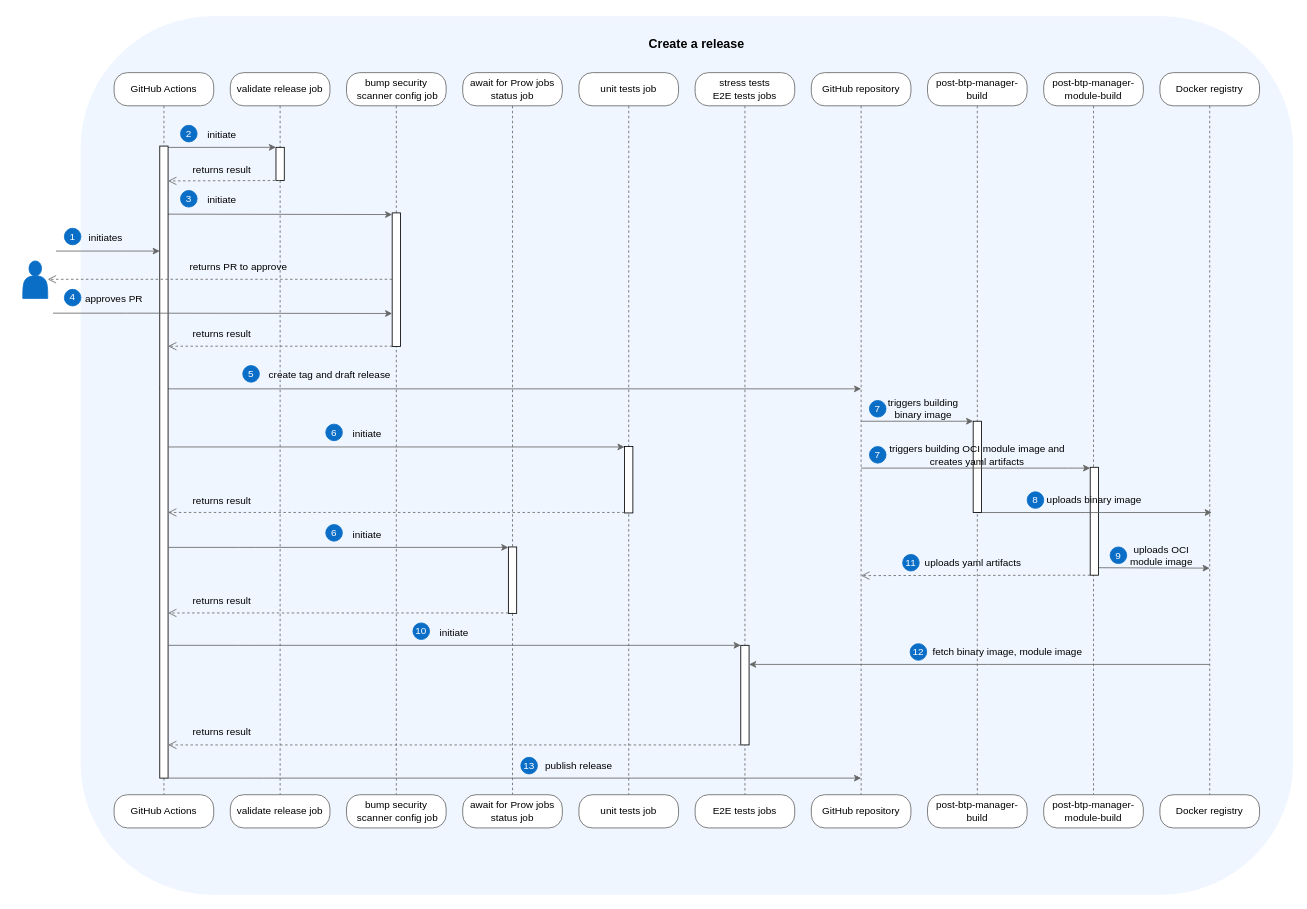
Above: docs/assets/release.drawio in kyma-project/btp-manager (draw.io), before the change. Source tidied: cells renumbered, new cells numbered last; positions are measured from the earlier drawing's top-left corner, leaving out a move shared by most shapes. Both pictures are drawn from the tidied source at 83%, with x=0, y=0 at pixel (22, 16).
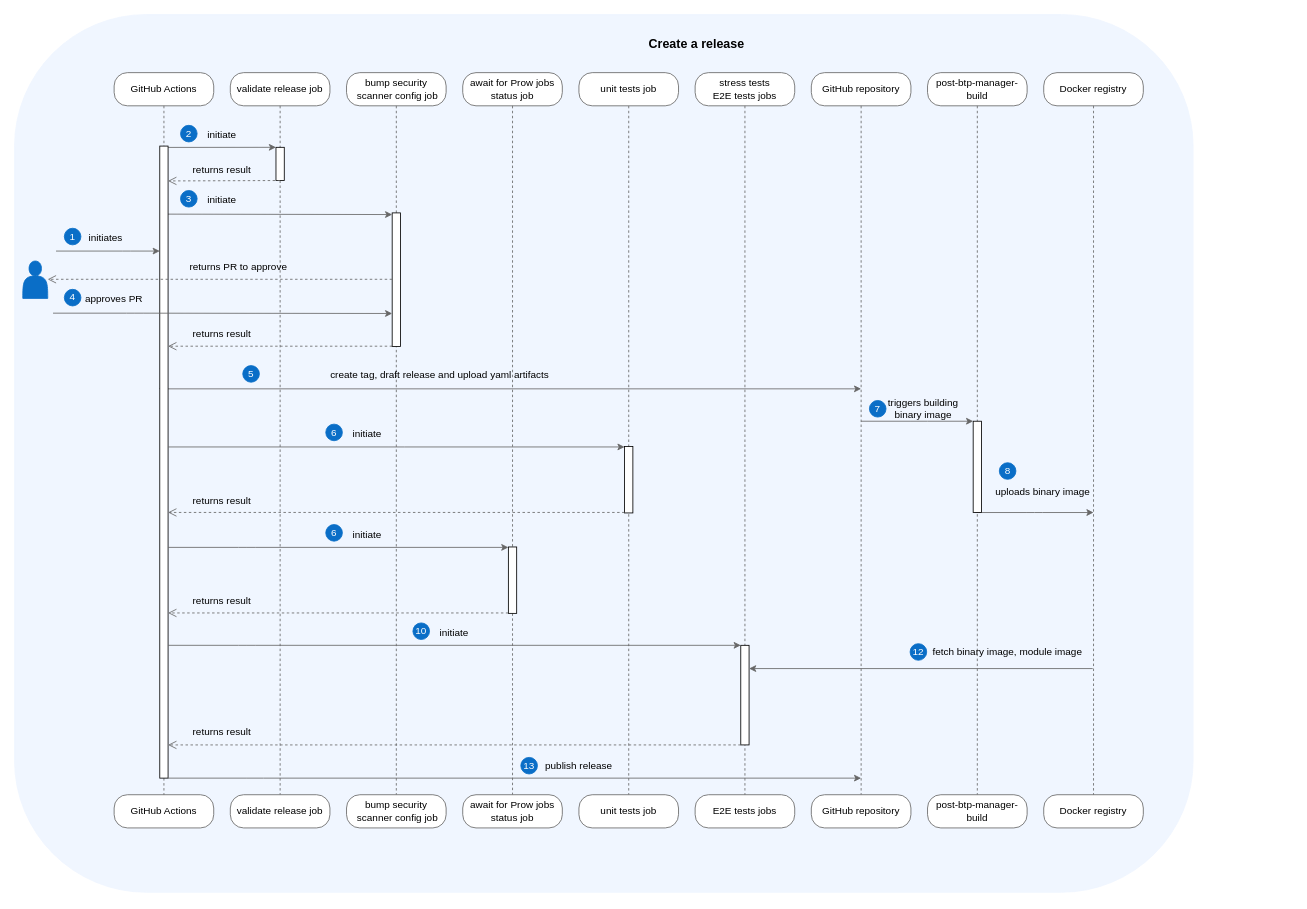
Above is the later version.

Commit message (it also covers changes not shown here):
diagram corrected

The change refers to these unchanged cells:
```xml
<mxCell id="40" value="fetch binary image, module image" style="text;html=1;strokeColor=none;fillColor=none;align=center;verticalAlign=middle;whiteSpace=wrap;rounded=0;" parent="1" vertex="1">
  <mxGeometry x="1069" y="751" width="235" height="30" as="geometry" />
</mxCell>
<mxCell id="89" style="html=1;points=[];perimeter=orthogonalPerimeter;outlineConnect=0;targetShapes=umlLifeline;portConstraint=eastwest;newEdgeStyle={&quot;edgeStyle&quot;:&quot;elbowEdgeStyle&quot;,&quot;elbow&quot;:&quot;vertical&quot;,&quot;curved&quot;:0,&quot;rounded&quot;:0};" parent="1" vertex="1">
  <mxGeometry x="865" y="758" width="10" height="120" as="geometry" />
</mxCell>
```

The edit, as a diff of the source:
```diff
@@
     <mxCell id="2" style="rounded=1;whiteSpace=wrap;html=1;fillColor=#f0f6ff;strokeColor=#f0f6ff;verticalAlign=bottom;" parent="1" vertex="1">
-      <mxGeometry x="70" y="0.5" width="1460" height="1057.5" as="geometry" />
+      <mxGeometry x="-10" y="-2" width="1420" height="1057.5" as="geometry" />
     </mxCell>
@@
-    <mxCell id="4" style="edgeStyle=orthogonalEdgeStyle;html=1;verticalAlign=bottom;endArrow=none;endSize=8;strokeColor=#666666;rounded=1;entryX=0.5;entryY=0;entryDx=0;entryDy=0;endFill=0;dashed=1;" parent="1" edge="1" source="20" target="21">
-      <mxGeometry relative="1" as="geometry" />
-    </mxCell>
-    <mxCell id="5" style="edgeStyle=elbowEdgeStyle;rounded=1;orthogonalLoop=1;jettySize=auto;html=1;elbow=vertical;strokeColor=#666666;" parent="1" edge="1">
-      <mxGeometry relative="1" as="geometry">
-        <mxPoint x="1296" y="664.5" as="sourcePoint" />
-        <mxPoint x="1430" y="664.5" as="targetPoint" />
-      </mxGeometry>
-    </mxCell>
-    <mxCell id="6" style="html=1;perimeter=orthogonalPerimeter;targetShapes=umlLifeline;newEdgeStyle={&quot;edgeStyle&quot;:&quot;elbowEdgeStyle&quot;,&quot;elbow&quot;:&quot;vertical&quot;,&quot;curved&quot;:0,&quot;rounded&quot;:0};" parent="1" vertex="1">
-      <mxGeometry x="1286" y="543.5" width="10" height="130" as="geometry" />
-    </mxCell>
@@
-    <mxCell id="20" value="post-btp-manager-module-build" style="rounded=1;whiteSpace=wrap;html=1;arcSize=40;fontColor=#000000;fillColor=#FFFFFF;strokeColor=#666666;" parent="1" vertex="1">
-      <mxGeometry x="1230" y="68" width="120" height="40" as="geometry" />
-    </mxCell>
-    <mxCell id="21" value="post-btp-manager-module-build" style="rounded=1;whiteSpace=wrap;html=1;arcSize=40;fontColor=#000000;fillColor=#FFFFFF;strokeColor=#666666;" parent="1" vertex="1">
-      <mxGeometry x="1230" y="938" width="120" height="40" as="geometry" />
-    </mxCell>
     <mxCell id="22" value="Docker registry" style="rounded=1;whiteSpace=wrap;html=1;arcSize=40;fontColor=#000000;fillColor=#FFFFFF;strokeColor=#666666;" parent="1" vertex="1">
-      <mxGeometry x="1370" y="68" width="120" height="40" as="geometry" />
+      <mxGeometry x="1230" y="68" width="120" height="40" as="geometry" />
     </mxCell>
     <mxCell id="23" value="Docker registry" style="rounded=1;whiteSpace=wrap;html=1;arcSize=40;fontColor=#000000;fillColor=#FFFFFF;strokeColor=#666666;" parent="1" vertex="1">
-      <mxGeometry x="1370" y="938" width="120" height="40" as="geometry" />
+      <mxGeometry x="1230" y="938" width="120" height="40" as="geometry" />
     </mxCell>
@@
     <mxCell id="28" style="edgeStyle=elbowEdgeStyle;rounded=1;orthogonalLoop=1;jettySize=auto;html=1;elbow=vertical;strokeColor=#666666;" parent="1" edge="1">
       <mxGeometry relative="1" as="geometry">
         <mxPoint x="1147.5" y="598" as="sourcePoint" />
-        <mxPoint x="1432.5" y="598" as="targetPoint" />
+        <mxPoint x="1290" y="598" as="targetPoint" />
       </mxGeometry>
     </mxCell>
@@
-    <mxCell id="32" value="triggers building OCI module image and creates yaml artifacts" style="text;html=1;strokeColor=none;fillColor=none;align=center;verticalAlign=middle;whiteSpace=wrap;rounded=0;" parent="1" vertex="1">
-      <mxGeometry x="1030" y="513.5" width="240" height="30" as="geometry" />
-    </mxCell>
-    <mxCell id="33" style="html=1;verticalAlign=bottom;endArrow=open;dashed=1;endSize=8;edgeStyle=elbowEdgeStyle;elbow=vertical;rounded=1;strokeColor=#666666;" parent="1" edge="1">
-      <mxGeometry x="0.35" y="-20" relative="1" as="geometry">
-        <mxPoint x="1286" y="673.5" as="sourcePoint" />
-        <mxPoint x="1010" y="673.5" as="targetPoint" />
-      </mxGeometry>
-    </mxCell>
-    <mxCell id="34" value="uploads yaml artifacts" style="text;html=1;strokeColor=none;fillColor=none;align=center;verticalAlign=middle;whiteSpace=wrap;rounded=0;" parent="1" vertex="1">
-      <mxGeometry x="1080" y="643.5" width="130" height="30" as="geometry" />
-    </mxCell>
-    <mxCell id="35" value="uploads OCI module image" style="text;html=1;strokeColor=none;fillColor=none;align=center;verticalAlign=middle;whiteSpace=wrap;rounded=0;" parent="1" vertex="1">
-      <mxGeometry x="1320" y="634.5" width="104" height="30" as="geometry" />
-    </mxCell>
-    <mxCell id="36" style="edgeStyle=elbowEdgeStyle;rounded=1;jettySize=auto;html=1;elbow=vertical;strokeColor=#666666;" parent="1" edge="1" target="89">
-      <mxGeometry relative="1" as="geometry">
-        <mxPoint x="1430" y="781" as="sourcePoint" />
-      </mxGeometry>
+    <mxCell id="36" style="edgeStyle=elbowEdgeStyle;rounded=1;jettySize=auto;html=1;elbow=vertical;strokeColor=#666666;exitX=0.936;exitY=1.167;exitDx=0;exitDy=0;exitPerimeter=0;" parent="1" edge="1" source="40" target="89">
+      <mxGeometry relative="1" as="geometry" />
     </mxCell>
@@
     <mxCell id="39" style="edgeStyle=orthogonalEdgeStyle;html=1;verticalAlign=bottom;endArrow=none;endSize=8;strokeColor=#666666;rounded=1;entryDx=0;entryDy=0;endFill=0;dashed=1;entryX=0.5;entryY=0;exitX=0.5;exitY=1;exitDx=0;exitDy=0;" parent="1" edge="1" source="22" target="23">
-      <mxGeometry relative="1" as="geometry" />
+      <mxGeometry relative="1" as="geometry">
+        <Array as="points">
+          <mxPoint x="1290" y="108" />
+          <mxPoint x="1290" y="938" />
+        </Array>
+      </mxGeometry>
     </mxCell>
@@
-    <mxCell id="41" style="edgeStyle=elbowEdgeStyle;rounded=1;orthogonalLoop=1;jettySize=auto;html=1;elbow=vertical;strokeColor=#666666;" parent="1" edge="1">
-      <mxGeometry relative="1" as="geometry">
-        <mxPoint x="1010" y="544.5" as="sourcePoint" />
-        <mxPoint x="1286" y="544.5" as="targetPoint" />
-        <Array as="points">
-          <mxPoint x="1270" y="544.5" />
-        </Array>
-      </mxGeometry>
-    </mxCell>
     <mxCell id="42" value="uploads binary image" style="text;html=1;strokeColor=none;fillColor=none;align=center;verticalAlign=middle;whiteSpace=wrap;rounded=0;" parent="1" vertex="1">
-      <mxGeometry x="1216" y="568" width="150" height="30" as="geometry" />
+      <mxGeometry x="1154" y="558" width="150" height="30" as="geometry" />
     </mxCell>
@@
-    <mxCell id="46" value="&lt;font color=&quot;#ffffff&quot;&gt;7&lt;/font&gt;" style="ellipse;whiteSpace=wrap;html=1;fillColor=#0a6ec7;strokeColor=#0a6ec7;" parent="1" vertex="1">
-      <mxGeometry x="1020" y="518.5" width="20" height="20" as="geometry" />
-    </mxCell>
@@
     <mxCell id="48" value="&lt;font color=&quot;#ffffff&quot;&gt;8&lt;/font&gt;" style="ellipse;whiteSpace=wrap;html=1;fillColor=#0a6ec7;strokeColor=#0a6ec7;" parent="1" vertex="1">
-      <mxGeometry x="1210" y="573" width="20" height="20" as="geometry" />
+      <mxGeometry x="1176.5" y="538" width="20" height="20" as="geometry" />
     </mxCell>
-    <mxCell id="49" value="&lt;font color=&quot;#ffffff&quot;&gt;9&lt;/font&gt;" style="ellipse;whiteSpace=wrap;html=1;fillColor=#0a6ec7;strokeColor=#0a6ec7;" parent="1" vertex="1">
-      <mxGeometry x="1310" y="639.5" width="20" height="20" as="geometry" />
-    </mxCell>
-    <mxCell id="50" value="&lt;font color=&quot;#ffffff&quot;&gt;11&lt;/font&gt;" style="ellipse;whiteSpace=wrap;html=1;fillColor=#0a6ec7;strokeColor=#0a6ec7;" parent="1" vertex="1">
-      <mxGeometry x="1060" y="648.5" width="20" height="20" as="geometry" />
-    </mxCell>
@@
-    <mxCell id="72" value="create tag and draft release" style="text;html=1;strokeColor=none;fillColor=none;align=center;verticalAlign=middle;whiteSpace=wrap;rounded=0;" parent="1" vertex="1">
-      <mxGeometry x="285" y="418" width="170" height="30" as="geometry" />
+    <mxCell id="72" value="create tag, draft release and upload yaml artifacts" style="text;html=1;strokeColor=none;fillColor=none;align=center;verticalAlign=middle;whiteSpace=wrap;rounded=0;" parent="1" vertex="1">
+      <mxGeometry x="285" y="418" width="435" height="30" as="geometry" />
     </mxCell>
```
